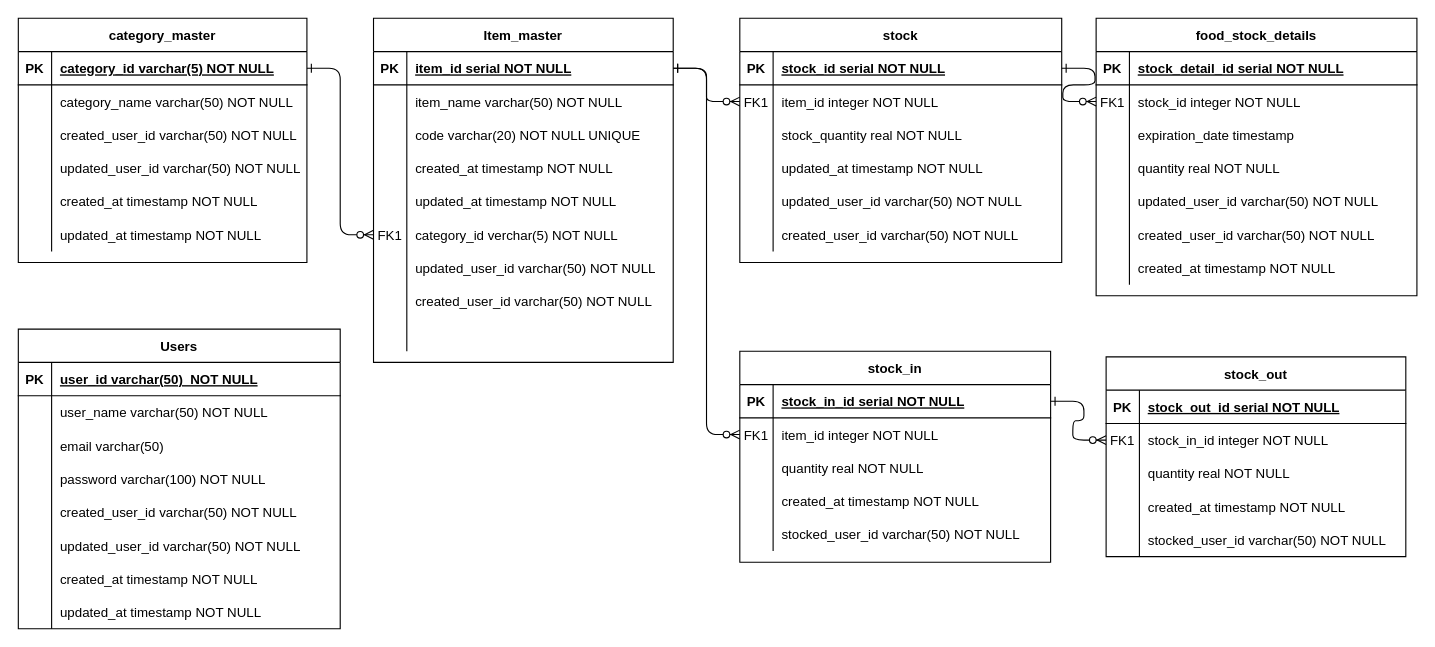
This is architecture/ER.drawio from takuminish/homeStockManagementSystem, a draw.io file, before an edit. Source tidied: cells renumbered, new cells numbered last; positions are measured from the earlier drawing's top-left corner, leaving out a move shared by most shapes. Both pictures are drawn from the tidied source at 111%, with x=0, y=0 at pixel (18, 18).
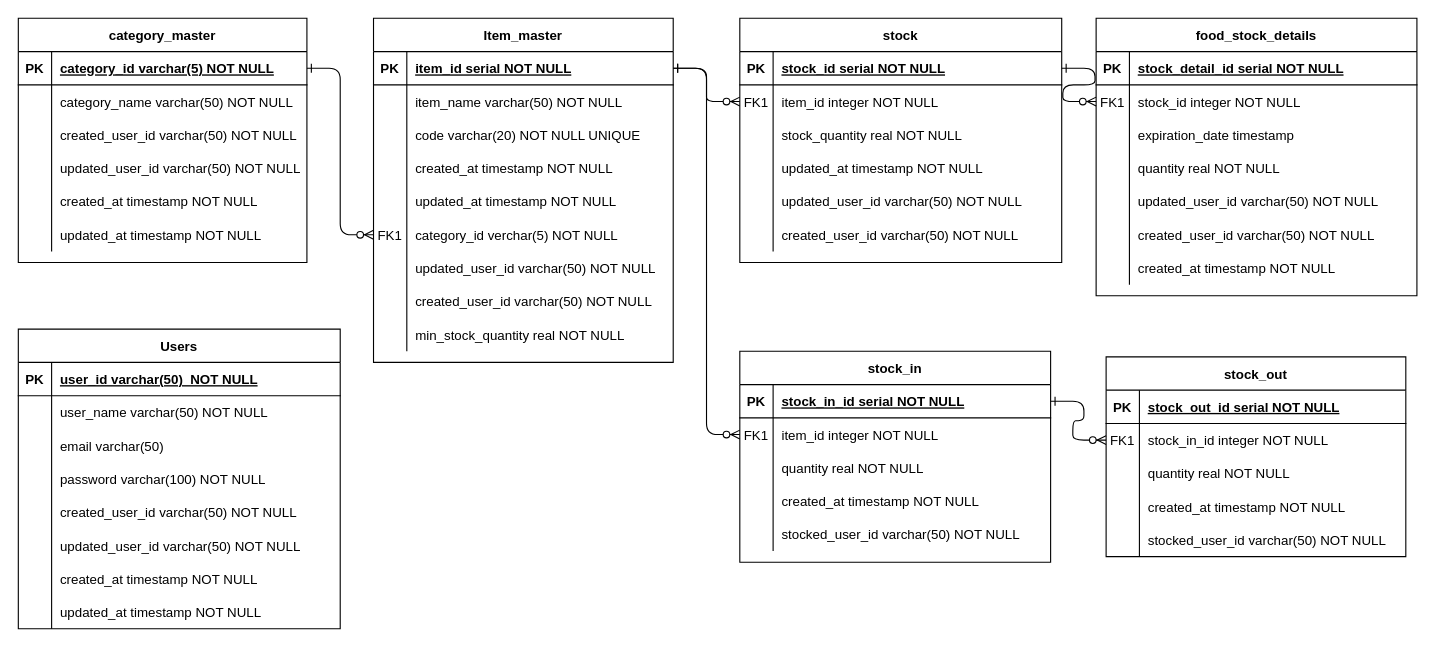
After the change.

Unchanged cells that the change refers to:
```xml
<mxCell id="72" style="shape=partialRectangle;fillColor=none;top=0;left=0;right=0;bottom=0;" parent="47" vertex="1">
  <mxGeometry y="270" width="270" height="30" as="geometry" />
</mxCell>
```

Diff of the diagram source:
```diff
@@
-    <mxCell id="74" style="shape=partialRectangle;overflow=hidden;fillColor=none;top=0;left=0;bottom=0;right=0;align=left;spacingLeft=6;" parent="72" vertex="1">
+    <mxCell id="74" value="min_stock_quantity real NOT NULL" style="shape=partialRectangle;overflow=hidden;fillColor=none;top=0;left=0;bottom=0;right=0;align=left;spacingLeft=6;" parent="72" vertex="1">
       <mxGeometry x="30" width="240" height="30" as="geometry" />
     </mxCell>
```
